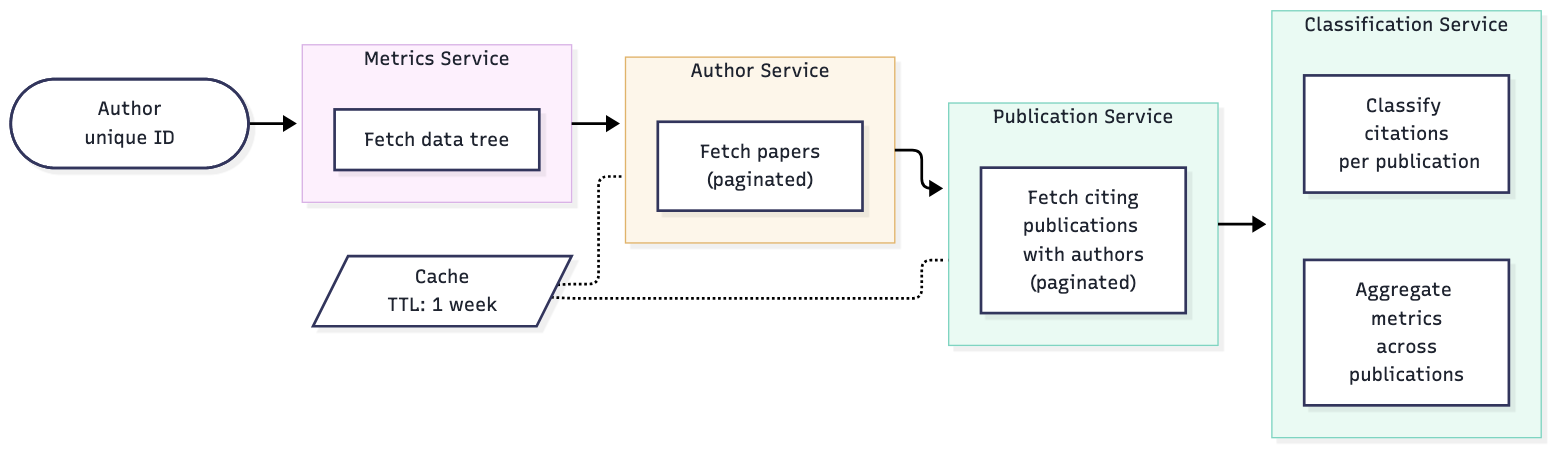
This is docs/tex/include/fig-classification-flowchart-diagram.png from esaounkine/uop-thesis, a Mermaid export, as it was before one commit. Its source is kept beside it as docs/diagrams/fig-classification-flowchart-diagram.mmd.
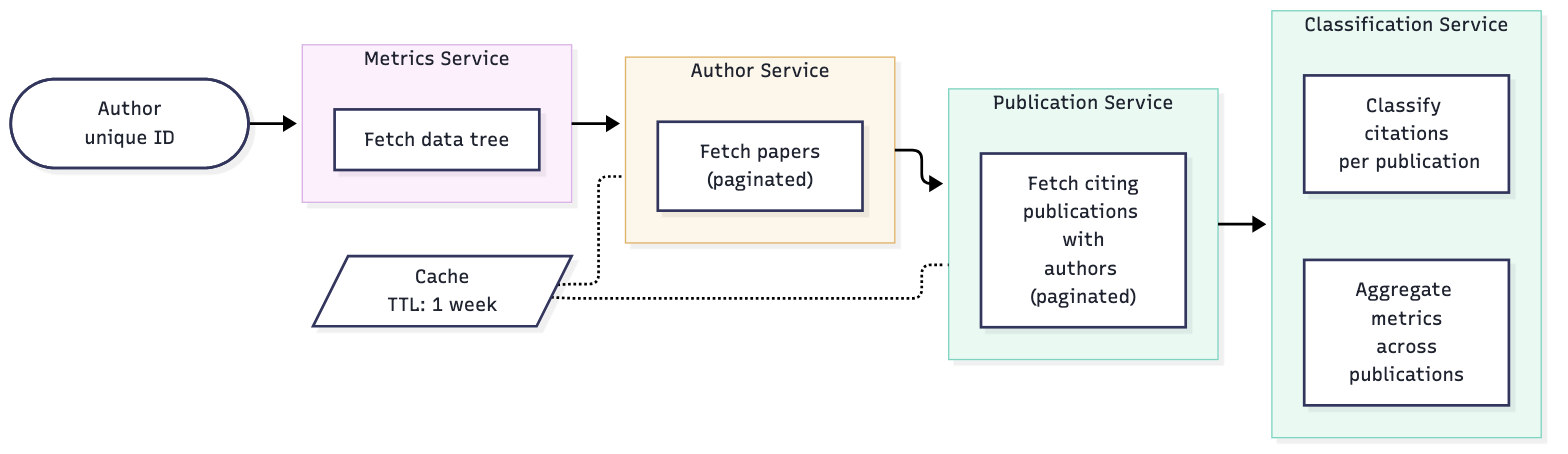
Above is the later version.

Change to the diagram source:
```diff
@@ -1,4 +1,4 @@
-%%{init: {"flowchart": {"rankSpacing": 30, "padding": 10}} }%%
+%%{init: {"flowchart": {"rankSpacing": 20, "padding": 10}} }%%
 flowchart LR
     START(["Author<br/>unique ID"]) --> MS1
 
@@ -11,7 +11,7 @@
     end
 
     subgraph PS["Publication Service"]
-      C1["Fetch citing<br/>publications with authors<br/>(paginated)"]
+      C1["Fetch citing<br/>publications with<br/>authors (paginated)"]
     end
 
     subgraph CS1["Classification Service"]
```
